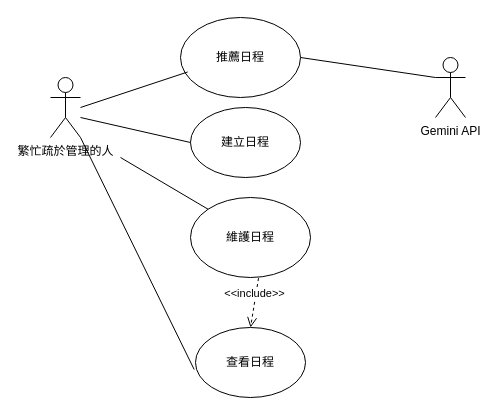
Kevincheng0804/Graduation-Topic keeps this draw.io diagram as page "使用個案圖" (1 of 9) of 系統設計圖/總審UML.drawio. Above is the earlier version. Source tidied: cells renumbered, new cells numbered last; positions are measured from the earlier drawing's top-left corner, leaving out a move shared by most shapes. Both pictures are drawn from the tidied source at 100%, with x=0, y=0 at pixel (50, 17).
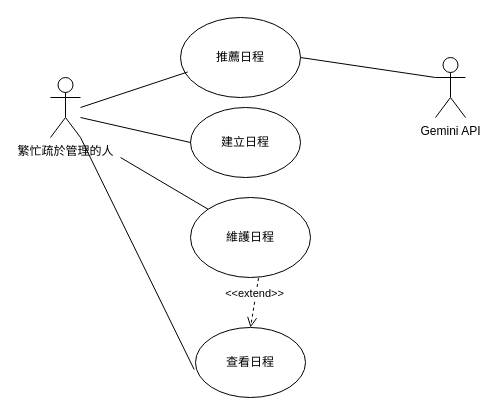
The same diagram, later.

Change to the diagram source:
```diff
@@
 <mxGraphModel>
   <root>
     <mxCell id="0" />
     <mxCell id="1" parent="0" />
     <mxCell id="2" value="繁忙疏於管理的人&lt;div&gt;&lt;br&gt;&lt;/div&gt;" style="shape=umlActor;verticalLabelPosition=bottom;verticalAlign=top;html=1;outlineConnect=0;" parent="1" vertex="1">
       <mxGeometry y="60" width="30" height="60" as="geometry" />
     </mxCell>
     <mxCell id="3" value="建立日程" style="ellipse;whiteSpace=wrap;html=1;" parent="1" vertex="1">
       <mxGeometry x="140" y="90" width="110" height="70" as="geometry" />
     </mxCell>
     <mxCell id="4" value="維護日程" style="ellipse;whiteSpace=wrap;html=1;" parent="1" vertex="1">
       <mxGeometry x="140" y="180" width="120" height="80" as="geometry" />
     </mxCell>
     <mxCell id="5" style="endArrow=none;html=1;rounded=0;entryX=0;entryY=0.5;entryDx=0;entryDy=0;" parent="1" edge="1" target="3">
       <mxGeometry relative="1" as="geometry">
         <mxPoint x="30" y="100" as="sourcePoint" />
       </mxGeometry>
     </mxCell>
     <mxCell id="6" style="endArrow=none;html=1;rounded=0;exitX=0;exitY=0;exitDx=0;exitDy=0;" parent="1" edge="1" source="4">
       <mxGeometry relative="1" as="geometry">
         <mxPoint x="70" y="140" as="targetPoint" />
       </mxGeometry>
     </mxCell>
     <mxCell id="7" style="endArrow=none;html=1;rounded=0;exitX=1;exitY=0.5;exitDx=0;exitDy=0;entryX=0;entryY=0.3333333333333333;entryDx=0;entryDy=0;entryPerimeter=0;" parent="1" edge="1" source="8" target="9">
       <mxGeometry relative="1" as="geometry" />
     </mxCell>
     <mxCell id="8" value="推薦日程" style="ellipse;whiteSpace=wrap;html=1;" parent="1" vertex="1">
       <mxGeometry x="130" width="120" height="80" as="geometry" />
     </mxCell>
     <mxCell id="9" value="Gemini API" style="shape=umlActor;verticalLabelPosition=bottom;verticalAlign=top;html=1;outlineConnect=0;" parent="1" vertex="1">
       <mxGeometry x="385" y="40" width="30" height="60" as="geometry" />
     </mxCell>
     <mxCell id="10" style="endArrow=none;html=1;rounded=0;entryX=0.06;entryY=0.681;entryDx=0;entryDy=0;entryPerimeter=0;" parent="1" edge="1" target="8">
       <mxGeometry relative="1" as="geometry">
         <mxPoint x="30" y="90" as="sourcePoint" />
       </mxGeometry>
     </mxCell>
     <mxCell id="11" value="查看日程" style="ellipse;whiteSpace=wrap;html=1;" parent="1" vertex="1">
       <mxGeometry x="145" y="310" width="110" height="70" as="geometry" />
     </mxCell>
     <mxCell id="12" style="endArrow=none;html=1;rounded=0;entryX=-0.012;entryY=0.6;entryDx=0;entryDy=0;entryPerimeter=0;exitX=1;exitY=1;exitDx=0;exitDy=0;exitPerimeter=0;" parent="1" edge="1" source="2" target="11">
       <mxGeometry relative="1" as="geometry" />
     </mxCell>
-    <mxCell id="13" value="&amp;lt;&amp;lt;include&amp;gt;&amp;gt;" style="html=1;verticalAlign=bottom;endArrow=open;dashed=1;endSize=8;curved=0;rounded=0;exitX=0.567;exitY=1.008;exitDx=0;exitDy=0;exitPerimeter=0;entryX=0.5;entryY=0;entryDx=0;entryDy=0;" parent="1" edge="1" source="4" target="11">
+    <mxCell id="13" value="&amp;lt;&amp;lt;extend&amp;gt;&amp;gt;" style="html=1;verticalAlign=bottom;endArrow=open;dashed=1;endSize=8;curved=0;rounded=0;exitX=0.567;exitY=1.008;exitDx=0;exitDy=0;exitPerimeter=0;entryX=0.5;entryY=0;entryDx=0;entryDy=0;" parent="1" edge="1" source="4" target="11">
       <mxGeometry relative="1" as="geometry" />
     </mxCell>
   </root>
 </mxGraphModel>
```
